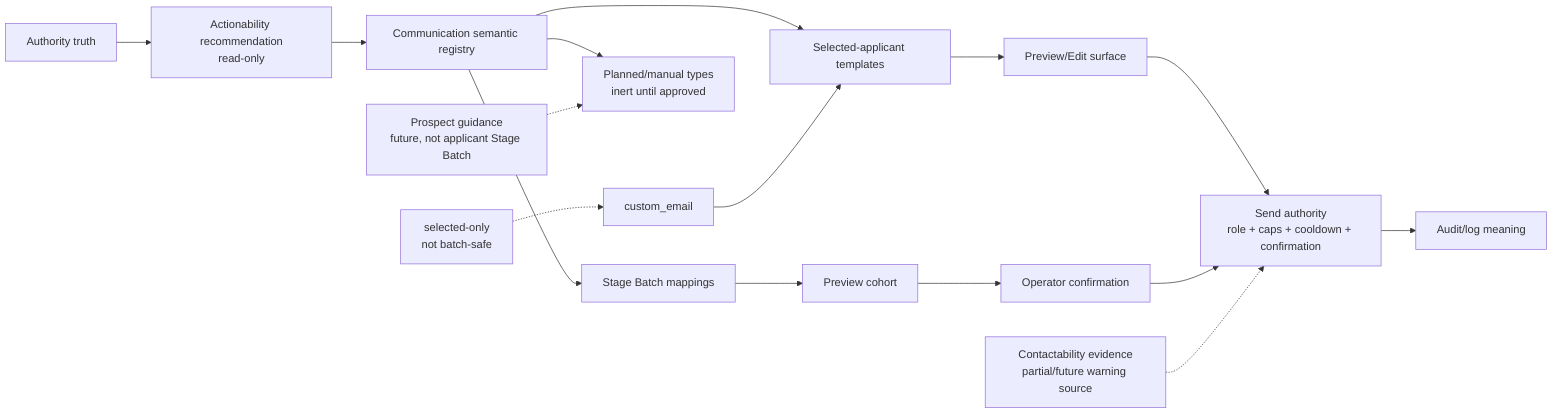
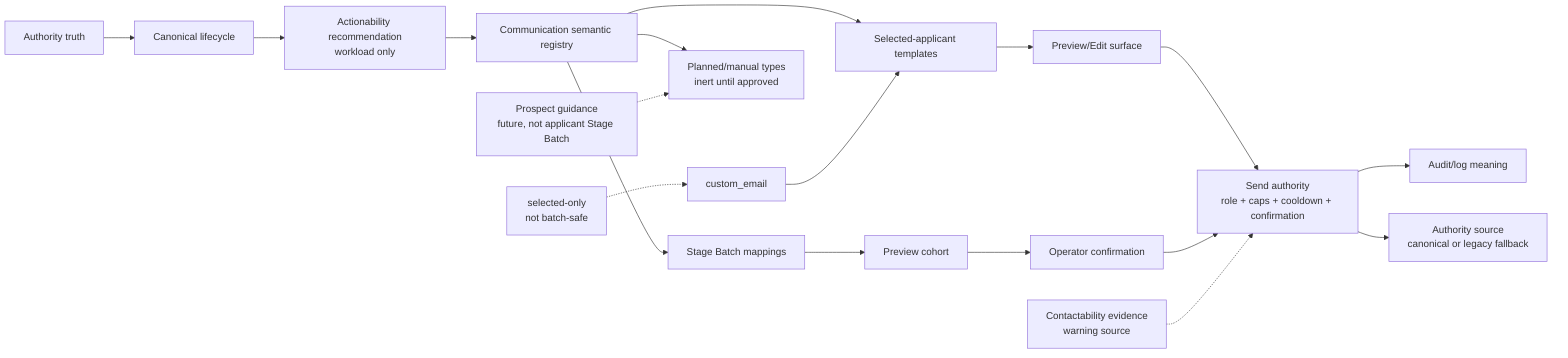
flowchart LR
-   A["Authority truth"] --> B["Actionability recommendation<br/>read-only"]
+   A["Authority truth"] --> A1["Canonical lifecycle"]
+   A1 --> B["Actionability recommendation<br/>workload only"]
  B --> C["Communication semantic registry"]

  C --> D["Selected-applicant templates"]
  C --> E["Stage Batch mappings"]
  C --> F["Planned/manual types<br/>inert until approved"]

  D --> G["Preview/Edit surface"]
  G --> H["Send authority<br/>role + caps + cooldown + confirmation"]

  E --> I["Preview cohort"]
  I --> J["Operator confirmation"]
  J --> H

  H --> K["Audit/log meaning"]
+   H --> K1["Authority source<br/>canonical or legacy fallback"]
  L["custom_email"] --> D
  LNOTE["selected-only<br/>not batch-safe"] -.-> L
  M["Prospect guidance<br/>future, not applicant Stage Batch"] -.-> F
-   N["Contactability evidence<br/>partial/future warning source"] -.-> H
+   N["Contactability evidence<br/>warning source"] -.-> H
